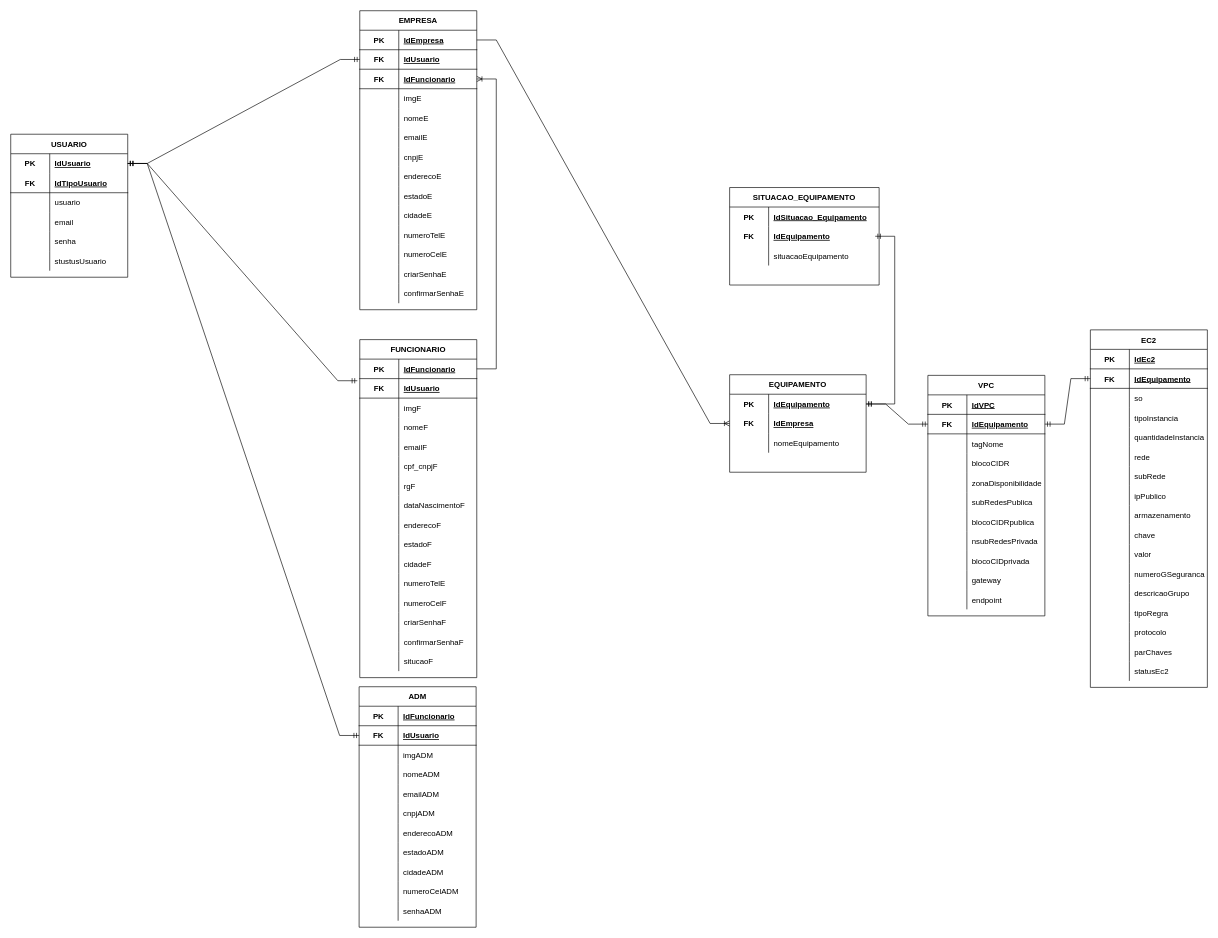
This is page "Page-1" (1 of 2) of BancodeDados/Modelagens/Diagramas.drawio from PedroFigueiras/TCC_SENAI-DAREDE, a draw.io file, before an edit. Source tidied: cells renumbered, new cells numbered last; positions are measured from the earlier drawing's top-left corner, leaving out a move shared by most shapes. Both pictures are drawn from the tidied source at 65%, with x=0, y=0 at pixel (10, 10).
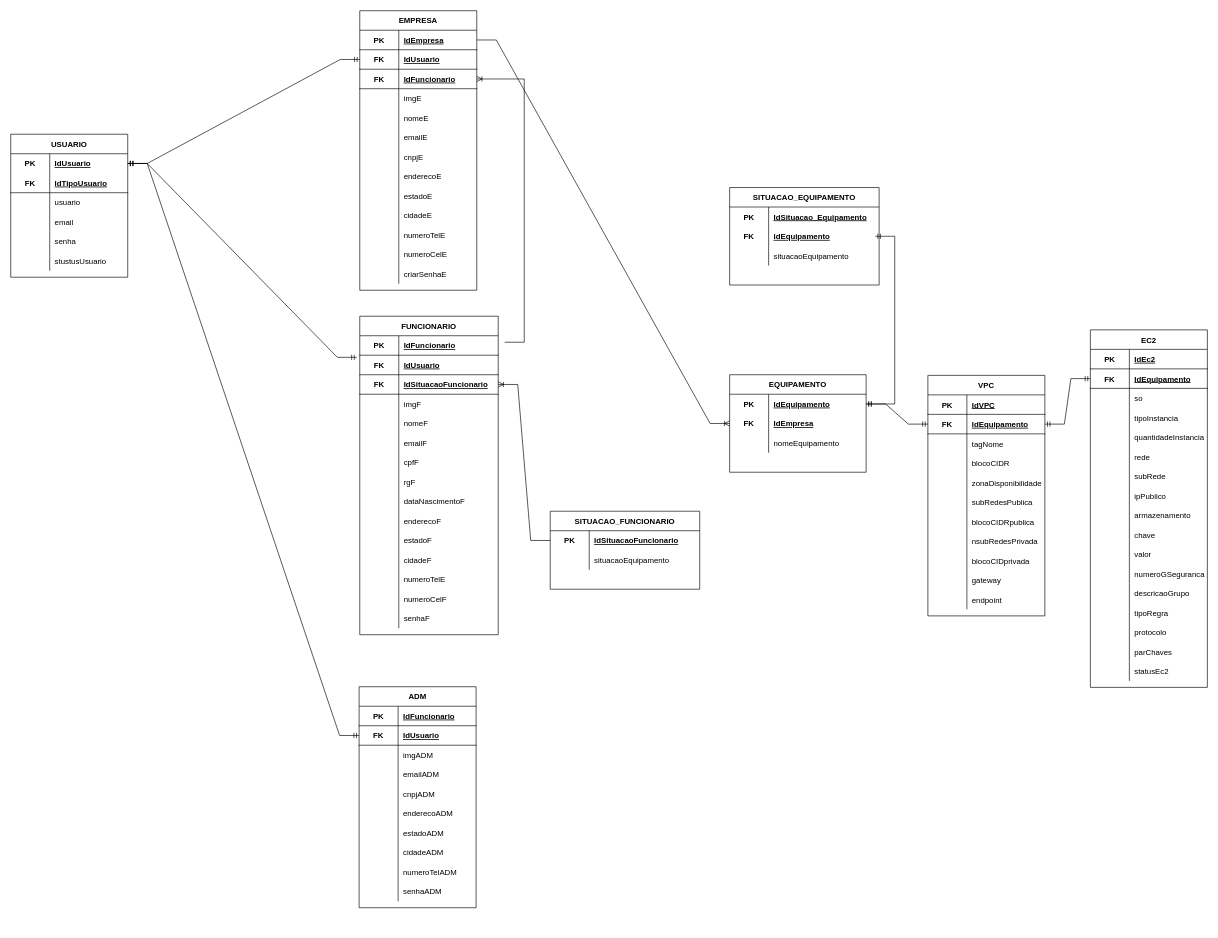
After the change.

Unchanged cells that the change refers to:
```xml
<mxCell id="77" style="shape=tableRow;horizontal=0;startSize=0;swimlaneHead=0;swimlaneBody=0;fillColor=none;points=[[0,0.5],[1,0.5]];portConstraint=eastwest;top=0;left=0;right=0;bottom=1;" parent="70" vertex="1">
  <mxGeometry y="90" width="180" height="30" as="geometry" />
</mxCell>
```

Change to the diagram source:
```diff
@@
     <mxCell id="2" value="FUNCIONARIO" style="shape=table;startSize=30;childLayout=tableLayout;rowLines=0;fontStyle=1;align=center;" parent="1" vertex="1">
-      <mxGeometry x="537" y="506" width="180" height="520" as="geometry" />
+      <mxGeometry x="537" y="470" width="213" height="490" as="geometry" />
     </mxCell>
     <mxCell id="3" style="shape=tableRow;horizontal=0;startSize=0;swimlaneHead=0;swimlaneBody=0;fillColor=none;points=[[0,0.5],[1,0.5]];portConstraint=eastwest;top=0;left=0;right=0;bottom=1;" parent="2" vertex="1">
-      <mxGeometry y="30" width="180" height="30" as="geometry" />
+      <mxGeometry y="30" width="213" height="30" as="geometry" />
     </mxCell>
@@
     <mxCell id="5" value="IdFuncionario" style="shape=partialRectangle;fillColor=none;top=0;left=0;bottom=0;right=0;align=left;spacingLeft=6;fontStyle=5;overflow=hidden;" parent="3" vertex="1">
-      <mxGeometry x="60" width="120" height="30" as="geometry" />
+      <mxGeometry x="60" width="153" height="30" as="geometry" />
     </mxCell>
     <mxCell id="6" style="shape=tableRow;horizontal=0;startSize=0;swimlaneHead=0;swimlaneBody=0;fillColor=none;points=[[0,0.5],[1,0.5]];portConstraint=eastwest;top=0;left=0;right=0;bottom=1;" parent="2" vertex="1">
-      <mxGeometry y="60" width="180" height="30" as="geometry" />
+      <mxGeometry y="60" width="213" height="30" as="geometry" />
     </mxCell>
@@
     <mxCell id="8" value="IdUsuario" style="shape=partialRectangle;fillColor=none;top=0;left=0;bottom=0;right=0;align=left;spacingLeft=6;fontStyle=5;overflow=hidden;" parent="6" vertex="1">
-      <mxGeometry x="60" width="120" height="30" as="geometry" />
+      <mxGeometry x="60" width="153" height="30" as="geometry" />
     </mxCell>
+    <mxCell id="261" style="shape=tableRow;horizontal=0;startSize=0;swimlaneHead=0;swimlaneBody=0;fillColor=none;points=[[0,0.5],[1,0.5]];portConstraint=eastwest;top=0;left=0;right=0;bottom=1;" parent="2" vertex="1">
+      <mxGeometry y="90" width="213" height="30" as="geometry" />
+    </mxCell>
+    <mxCell id="262" value="FK" style="shape=partialRectangle;fillColor=none;top=0;left=0;bottom=0;right=0;fontStyle=1;overflow=hidden;" parent="261" vertex="1">
+      <mxGeometry width="60" height="30" as="geometry" />
+    </mxCell>
+    <mxCell id="263" value="IdSituacaoFuncionario" style="shape=partialRectangle;fillColor=none;top=0;left=0;bottom=0;right=0;align=left;spacingLeft=6;fontStyle=5;overflow=hidden;" parent="261" vertex="1">
+      <mxGeometry x="60" width="153" height="30" as="geometry" />
+    </mxCell>
     <mxCell id="9" style="shape=tableRow;horizontal=0;startSize=0;swimlaneHead=0;swimlaneBody=0;fillColor=none;top=0;left=0;right=0;bottom=0;" parent="2" vertex="1">
-      <mxGeometry y="90" width="180" height="30" as="geometry" />
+      <mxGeometry y="120" width="213" height="30" as="geometry" />
     </mxCell>
@@
     <mxCell id="11" value="imgF" style="shape=partialRectangle;fillColor=none;top=0;left=0;bottom=0;right=0;align=left;spacingLeft=6;overflow=hidden;" parent="9" vertex="1">
-      <mxGeometry x="60" width="120" height="30" as="geometry" />
+      <mxGeometry x="60" width="153" height="30" as="geometry" />
     </mxCell>
     <mxCell id="12" style="shape=tableRow;horizontal=0;startSize=0;swimlaneHead=0;swimlaneBody=0;fillColor=none;top=0;left=0;right=0;bottom=0;" parent="2" vertex="1">
-      <mxGeometry y="120" width="180" height="30" as="geometry" />
+      <mxGeometry y="150" width="213" height="30" as="geometry" />
     </mxCell>
@@
     <mxCell id="14" value="nomeF" style="shape=partialRectangle;fillColor=none;top=0;left=0;bottom=0;right=0;align=left;spacingLeft=6;overflow=hidden;" parent="12" vertex="1">
-      <mxGeometry x="60" width="120" height="30" as="geometry" />
+      <mxGeometry x="60" width="153" height="30" as="geometry" />
     </mxCell>
     <mxCell id="15" style="shape=tableRow;horizontal=0;startSize=0;swimlaneHead=0;swimlaneBody=0;fillColor=none;top=0;left=0;right=0;bottom=0;" parent="2" vertex="1">
-      <mxGeometry y="150" width="180" height="30" as="geometry" />
+      <mxGeometry y="180" width="213" height="30" as="geometry" />
     </mxCell>
@@
     <mxCell id="17" value="emailF" style="shape=partialRectangle;fillColor=none;top=0;left=0;bottom=0;right=0;align=left;spacingLeft=6;overflow=hidden;" parent="15" vertex="1">
-      <mxGeometry x="60" width="120" height="30" as="geometry" />
+      <mxGeometry x="60" width="153" height="30" as="geometry" />
     </mxCell>
     <mxCell id="18" style="shape=tableRow;horizontal=0;startSize=0;swimlaneHead=0;swimlaneBody=0;fillColor=none;top=0;left=0;right=0;bottom=0;" parent="2" vertex="1">
-      <mxGeometry y="180" width="180" height="30" as="geometry" />
+      <mxGeometry y="210" width="213" height="30" as="geometry" />
     </mxCell>
@@
-    <mxCell id="20" value="cpf_cnpjF" style="shape=partialRectangle;fillColor=none;top=0;left=0;bottom=0;right=0;align=left;spacingLeft=6;overflow=hidden;" parent="18" vertex="1">
-      <mxGeometry x="60" width="120" height="30" as="geometry" />
+    <mxCell id="20" value="cpfF" style="shape=partialRectangle;fillColor=none;top=0;left=0;bottom=0;right=0;align=left;spacingLeft=6;overflow=hidden;" parent="18" vertex="1">
+      <mxGeometry x="60" width="153" height="30" as="geometry" />
     </mxCell>
     <mxCell id="21" style="shape=tableRow;horizontal=0;startSize=0;swimlaneHead=0;swimlaneBody=0;fillColor=none;top=0;left=0;right=0;bottom=0;" parent="2" vertex="1">
-      <mxGeometry y="210" width="180" height="30" as="geometry" />
+      <mxGeometry y="240" width="213" height="30" as="geometry" />
     </mxCell>
@@
     <mxCell id="23" value="rgF" style="shape=partialRectangle;fillColor=none;top=0;left=0;bottom=0;right=0;align=left;spacingLeft=6;overflow=hidden;" parent="21" vertex="1">
-      <mxGeometry x="60" width="120" height="30" as="geometry" />
+      <mxGeometry x="60" width="153" height="30" as="geometry" />
     </mxCell>
     <mxCell id="24" style="shape=tableRow;horizontal=0;startSize=0;swimlaneHead=0;swimlaneBody=0;fillColor=none;top=0;left=0;right=0;bottom=0;" parent="2" vertex="1">
-      <mxGeometry y="240" width="180" height="30" as="geometry" />
+      <mxGeometry y="270" width="213" height="30" as="geometry" />
     </mxCell>
@@
     <mxCell id="26" value="dataNascimentoF" style="shape=partialRectangle;fillColor=none;top=0;left=0;bottom=0;right=0;align=left;spacingLeft=6;overflow=hidden;" parent="24" vertex="1">
-      <mxGeometry x="60" width="120" height="30" as="geometry" />
+      <mxGeometry x="60" width="153" height="30" as="geometry" />
     </mxCell>
     <mxCell id="27" style="shape=tableRow;horizontal=0;startSize=0;swimlaneHead=0;swimlaneBody=0;fillColor=none;top=0;left=0;right=0;bottom=0;" parent="2" vertex="1">
-      <mxGeometry y="270" width="180" height="30" as="geometry" />
+      <mxGeometry y="300" width="213" height="30" as="geometry" />
     </mxCell>
@@
     <mxCell id="29" value="enderecoF" style="shape=partialRectangle;fillColor=none;top=0;left=0;bottom=0;right=0;align=left;spacingLeft=6;overflow=hidden;" parent="27" vertex="1">
-      <mxGeometry x="60" width="120" height="30" as="geometry" />
+      <mxGeometry x="60" width="153" height="30" as="geometry" />
     </mxCell>
     <mxCell id="30" style="shape=tableRow;horizontal=0;startSize=0;swimlaneHead=0;swimlaneBody=0;fillColor=none;top=0;left=0;right=0;bottom=0;" parent="2" vertex="1">
-      <mxGeometry y="300" width="180" height="30" as="geometry" />
+      <mxGeometry y="330" width="213" height="30" as="geometry" />
     </mxCell>
@@
     <mxCell id="32" value="estadoF" style="shape=partialRectangle;fillColor=none;top=0;left=0;bottom=0;right=0;align=left;spacingLeft=6;overflow=hidden;" parent="30" vertex="1">
-      <mxGeometry x="60" width="120" height="30" as="geometry" />
+      <mxGeometry x="60" width="153" height="30" as="geometry" />
     </mxCell>
     <mxCell id="33" style="shape=tableRow;horizontal=0;startSize=0;swimlaneHead=0;swimlaneBody=0;fillColor=none;top=0;left=0;right=0;bottom=0;" parent="2" vertex="1">
-      <mxGeometry y="330" width="180" height="30" as="geometry" />
+      <mxGeometry y="360" width="213" height="30" as="geometry" />
     </mxCell>
@@
     <mxCell id="35" value="cidadeF" style="shape=partialRectangle;fillColor=none;top=0;left=0;bottom=0;right=0;align=left;spacingLeft=6;overflow=hidden;" parent="33" vertex="1">
-      <mxGeometry x="60" width="120" height="30" as="geometry" />
+      <mxGeometry x="60" width="153" height="30" as="geometry" />
     </mxCell>
     <mxCell id="36" style="shape=tableRow;horizontal=0;startSize=0;swimlaneHead=0;swimlaneBody=0;fillColor=none;top=0;left=0;right=0;bottom=0;" parent="2" vertex="1">
-      <mxGeometry y="360" width="180" height="30" as="geometry" />
+      <mxGeometry y="390" width="213" height="30" as="geometry" />
     </mxCell>
@@
     <mxCell id="38" value="numeroTelE" style="shape=partialRectangle;fillColor=none;top=0;left=0;bottom=0;right=0;align=left;spacingLeft=6;overflow=hidden;" parent="36" vertex="1">
-      <mxGeometry x="60" width="120" height="30" as="geometry" />
+      <mxGeometry x="60" width="153" height="30" as="geometry" />
     </mxCell>
     <mxCell id="39" style="shape=tableRow;horizontal=0;startSize=0;swimlaneHead=0;swimlaneBody=0;fillColor=none;top=0;left=0;right=0;bottom=0;" parent="2" vertex="1">
-      <mxGeometry y="390" width="180" height="30" as="geometry" />
+      <mxGeometry y="420" width="213" height="30" as="geometry" />
     </mxCell>
@@
     <mxCell id="41" value="numeroCelF" style="shape=partialRectangle;fillColor=none;top=0;left=0;bottom=0;right=0;align=left;spacingLeft=6;overflow=hidden;" parent="39" vertex="1">
-      <mxGeometry x="60" width="120" height="30" as="geometry" />
+      <mxGeometry x="60" width="153" height="30" as="geometry" />
     </mxCell>
     <mxCell id="42" style="shape=tableRow;horizontal=0;startSize=0;swimlaneHead=0;swimlaneBody=0;fillColor=none;top=0;left=0;right=0;bottom=0;" parent="2" vertex="1">
-      <mxGeometry y="420" width="180" height="30" as="geometry" />
+      <mxGeometry y="450" width="213" height="30" as="geometry" />
     </mxCell>
@@
-    <mxCell id="44" value="criarSenhaF" style="shape=partialRectangle;fillColor=none;top=0;left=0;bottom=0;right=0;align=left;spacingLeft=6;overflow=hidden;" parent="42" vertex="1">
-      <mxGeometry x="60" width="120" height="30" as="geometry" />
+    <mxCell id="44" value="senhaF" style="shape=partialRectangle;fillColor=none;top=0;left=0;bottom=0;right=0;align=left;spacingLeft=6;overflow=hidden;" parent="42" vertex="1">
+      <mxGeometry x="60" width="153" height="30" as="geometry" />
     </mxCell>
-    <mxCell id="45" style="shape=tableRow;horizontal=0;startSize=0;swimlaneHead=0;swimlaneBody=0;fillColor=none;top=0;left=0;right=0;bottom=0;" parent="2" vertex="1">
-      <mxGeometry y="450" width="180" height="30" as="geometry" />
-    </mxCell>
-    <mxCell id="46" style="shape=partialRectangle;fillColor=none;top=0;left=0;bottom=0;right=0;overflow=hidden;" parent="45" vertex="1">
-      <mxGeometry width="60" height="30" as="geometry" />
-    </mxCell>
-    <mxCell id="47" value="confirmarSenhaF" style="shape=partialRectangle;fillColor=none;top=0;left=0;bottom=0;right=0;align=left;spacingLeft=6;overflow=hidden;" parent="45" vertex="1">
-      <mxGeometry x="60" width="120" height="30" as="geometry" />
-    </mxCell>
-    <mxCell id="48" style="shape=tableRow;horizontal=0;startSize=0;swimlaneHead=0;swimlaneBody=0;fillColor=none;top=0;left=0;right=0;bottom=0;" parent="2" vertex="1">
-      <mxGeometry y="480" width="180" height="30" as="geometry" />
-    </mxCell>
-    <mxCell id="49" style="shape=partialRectangle;fillColor=none;top=0;left=0;bottom=0;right=0;overflow=hidden;" parent="48" vertex="1">
-      <mxGeometry width="60" height="30" as="geometry" />
-    </mxCell>
-    <mxCell id="50" value="situcaoF" style="shape=partialRectangle;fillColor=none;top=0;left=0;bottom=0;right=0;align=left;spacingLeft=6;overflow=hidden;" parent="48" vertex="1">
-      <mxGeometry x="60" width="120" height="30" as="geometry" />
-    </mxCell>
@@
     <mxCell id="70" value="EMPRESA" style="shape=table;startSize=30;childLayout=tableLayout;rowLines=0;fontStyle=1;align=center;" parent="1" vertex="1">
-      <mxGeometry x="537" width="180" height="460" as="geometry" />
+      <mxGeometry x="537" width="180" height="430" as="geometry" />
     </mxCell>
@@
-    <mxCell id="110" style="shape=tableRow;horizontal=0;startSize=0;swimlaneHead=0;swimlaneBody=0;fillColor=none;top=0;left=0;right=0;bottom=0;" parent="70" vertex="1">
-      <mxGeometry y="420" width="180" height="30" as="geometry" />
-    </mxCell>
-    <mxCell id="111" style="shape=partialRectangle;fillColor=none;top=0;left=0;bottom=0;right=0;overflow=hidden;" parent="110" vertex="1">
-      <mxGeometry width="60" height="30" as="geometry" />
-    </mxCell>
-    <mxCell id="112" value="confirmarSenhaE" style="shape=partialRectangle;fillColor=none;top=0;left=0;bottom=0;right=0;align=left;spacingLeft=6;overflow=hidden;" parent="110" vertex="1">
-      <mxGeometry x="60" width="120" height="30" as="geometry" />
-    </mxCell>
@@
     <mxCell id="209" value="ADM" style="shape=table;startSize=30;childLayout=tableLayout;rowLines=0;fontStyle=1;align=center;" parent="1" vertex="1">
-      <mxGeometry x="536" y="1040" width="180" height="370" as="geometry" />
+      <mxGeometry x="536" y="1040" width="180" height="340" as="geometry" />
     </mxCell>
@@
-    <mxCell id="219" style="shape=tableRow;horizontal=0;startSize=0;swimlaneHead=0;swimlaneBody=0;fillColor=none;top=0;left=0;right=0;bottom=0;" parent="209" vertex="1">
-      <mxGeometry y="120" width="180" height="30" as="geometry" />
-    </mxCell>
-    <mxCell id="220" style="shape=partialRectangle;fillColor=none;top=0;left=0;bottom=0;right=0;overflow=hidden;" parent="219" vertex="1">
-      <mxGeometry width="60" height="30" as="geometry" />
-    </mxCell>
-    <mxCell id="221" value="nomeADM" style="shape=partialRectangle;fillColor=none;top=0;left=0;bottom=0;right=0;align=left;spacingLeft=6;overflow=hidden;" parent="219" vertex="1">
-      <mxGeometry x="60" width="120" height="30" as="geometry" />
-    </mxCell>
     <mxCell id="222" style="shape=tableRow;horizontal=0;startSize=0;swimlaneHead=0;swimlaneBody=0;fillColor=none;top=0;left=0;right=0;bottom=0;" parent="209" vertex="1">
-      <mxGeometry y="150" width="180" height="30" as="geometry" />
+      <mxGeometry y="120" width="180" height="30" as="geometry" />
     </mxCell>
@@
     <mxCell id="225" style="shape=tableRow;horizontal=0;startSize=0;swimlaneHead=0;swimlaneBody=0;fillColor=none;top=0;left=0;right=0;bottom=0;" parent="209" vertex="1">
-      <mxGeometry y="180" width="180" height="30" as="geometry" />
+      <mxGeometry y="150" width="180" height="30" as="geometry" />
     </mxCell>
@@
     <mxCell id="228" style="shape=tableRow;horizontal=0;startSize=0;swimlaneHead=0;swimlaneBody=0;fillColor=none;top=0;left=0;right=0;bottom=0;" parent="209" vertex="1">
-      <mxGeometry y="210" width="180" height="30" as="geometry" />
+      <mxGeometry y="180" width="180" height="30" as="geometry" />
     </mxCell>
@@
     <mxCell id="231" style="shape=tableRow;horizontal=0;startSize=0;swimlaneHead=0;swimlaneBody=0;fillColor=none;top=0;left=0;right=0;bottom=0;" parent="209" vertex="1">
-      <mxGeometry y="240" width="180" height="30" as="geometry" />
+      <mxGeometry y="210" width="180" height="30" as="geometry" />
     </mxCell>
@@
     <mxCell id="234" style="shape=tableRow;horizontal=0;startSize=0;swimlaneHead=0;swimlaneBody=0;fillColor=none;top=0;left=0;right=0;bottom=0;" parent="209" vertex="1">
-      <mxGeometry y="270" width="180" height="30" as="geometry" />
+      <mxGeometry y="240" width="180" height="30" as="geometry" />
     </mxCell>
@@
     <mxCell id="237" style="shape=tableRow;horizontal=0;startSize=0;swimlaneHead=0;swimlaneBody=0;fillColor=none;top=0;left=0;right=0;bottom=0;" parent="209" vertex="1">
-      <mxGeometry y="300" width="180" height="30" as="geometry" />
+      <mxGeometry y="270" width="180" height="30" as="geometry" />
     </mxCell>
@@
-    <mxCell id="239" value="numeroCelADM" style="shape=partialRectangle;fillColor=none;top=0;left=0;bottom=0;right=0;align=left;spacingLeft=6;overflow=hidden;" parent="237" vertex="1">
+    <mxCell id="239" value="numeroTelADM" style="shape=partialRectangle;fillColor=none;top=0;left=0;bottom=0;right=0;align=left;spacingLeft=6;overflow=hidden;" parent="237" vertex="1">
       <mxGeometry x="60" width="120" height="30" as="geometry" />
     </mxCell>
     <mxCell id="240" style="shape=tableRow;horizontal=0;startSize=0;swimlaneHead=0;swimlaneBody=0;fillColor=none;top=0;left=0;right=0;bottom=0;" parent="209" vertex="1">
-      <mxGeometry y="330" width="180" height="30" as="geometry" />
+      <mxGeometry y="300" width="180" height="30" as="geometry" />
     </mxCell>
@@
-    <mxCell id="257" style="edgeStyle=entityRelationEdgeStyle;fontSize=12;html=1;endArrow=ERoneToMany;rounded=0;exitX=1;exitY=0.5;exitDx=0;exitDy=0;entryX=1;entryY=0.5;entryDx=0;entryDy=0;" parent="1" edge="1" source="3" target="77">
-      <mxGeometry relative="1" as="geometry" />
+    <mxCell id="257" style="edgeStyle=entityRelationEdgeStyle;fontSize=12;html=1;endArrow=ERoneToMany;rounded=0;entryX=1;entryY=0.5;entryDx=0;entryDy=0;" parent="1" edge="1" target="77">
+      <mxGeometry relative="1" as="geometry">
+        <mxPoint x="760" y="510" as="sourcePoint" />
+      </mxGeometry>
     </mxCell>
@@
+    <mxCell id="264" value="SITUACAO_FUNCIONARIO" style="shape=table;startSize=30;childLayout=tableLayout;rowLines=0;fontStyle=1;align=center;" parent="1" vertex="1">
+      <mxGeometry x="830" y="770" width="230" height="120" as="geometry" />
+    </mxCell>
+    <mxCell id="265" style="shape=tableRow;horizontal=0;startSize=0;swimlaneHead=0;swimlaneBody=0;fillColor=none;points=[[0,0.5],[1,0.5]];portConstraint=eastwest;top=0;left=0;right=0;bottom=0;" parent="264" vertex="1">
+      <mxGeometry y="30" width="230" height="30" as="geometry" />
+    </mxCell>
+    <mxCell id="266" value="PK" style="shape=partialRectangle;fillColor=none;top=0;left=0;bottom=0;right=0;fontStyle=1;overflow=hidden;" parent="265" vertex="1">
+      <mxGeometry width="60" height="30" as="geometry" />
+    </mxCell>
+    <mxCell id="267" value="IdSituacaoFuncionario" style="shape=partialRectangle;fillColor=none;top=0;left=0;bottom=0;right=0;align=left;spacingLeft=6;fontStyle=5;overflow=hidden;" parent="265" vertex="1">
+      <mxGeometry x="60" width="170" height="30" as="geometry" />
+    </mxCell>
+    <mxCell id="268" style="shape=tableRow;horizontal=0;startSize=0;swimlaneHead=0;swimlaneBody=0;fillColor=none;top=0;left=0;right=0;bottom=0;" parent="264" vertex="1">
+      <mxGeometry y="60" width="230" height="30" as="geometry" />
+    </mxCell>
+    <mxCell id="269" style="shape=partialRectangle;fillColor=none;top=0;left=0;bottom=0;right=0;overflow=hidden;" parent="268" vertex="1">
+      <mxGeometry width="60" height="30" as="geometry" />
+    </mxCell>
+    <mxCell id="270" value="situacaoEquipamento" style="shape=partialRectangle;fillColor=none;top=0;left=0;bottom=0;right=0;align=left;spacingLeft=6;overflow=hidden;" parent="268" vertex="1">
+      <mxGeometry x="60" width="170" height="30" as="geometry" />
+    </mxCell>
+    <mxCell id="271" style="edgeStyle=entityRelationEdgeStyle;fontSize=12;html=1;endArrow=ERoneToMany;rounded=0;entryX=1;entryY=0.5;entryDx=0;entryDy=0;exitX=0;exitY=0.5;exitDx=0;exitDy=0;" parent="1" edge="1" source="265" target="261">
+      <mxGeometry relative="1" as="geometry" />
+    </mxCell>
```
